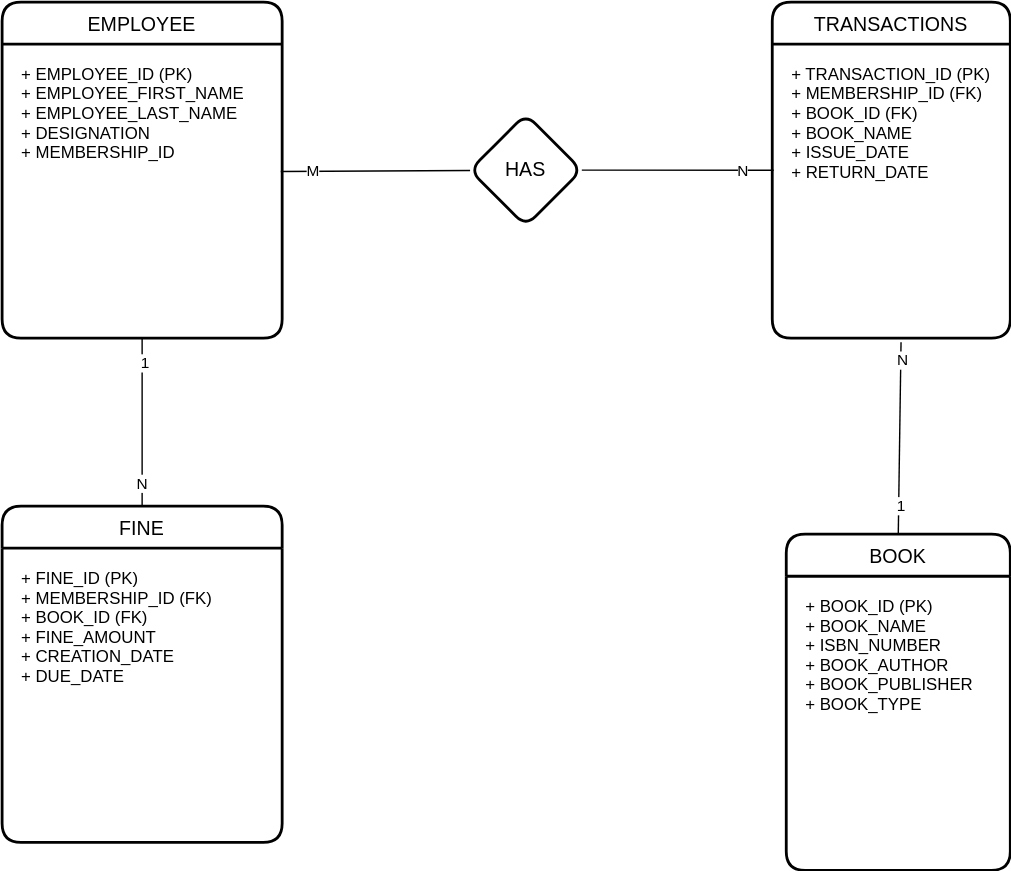
Above: diagrams/Database Design.drawio.svg in basit-budroo/library-management-system (draw.io), before the change. Source tidied: cells renumbered, new cells last; positions are measured from the earlier drawing's top-left corner, leaving out a move shared by most shapes.
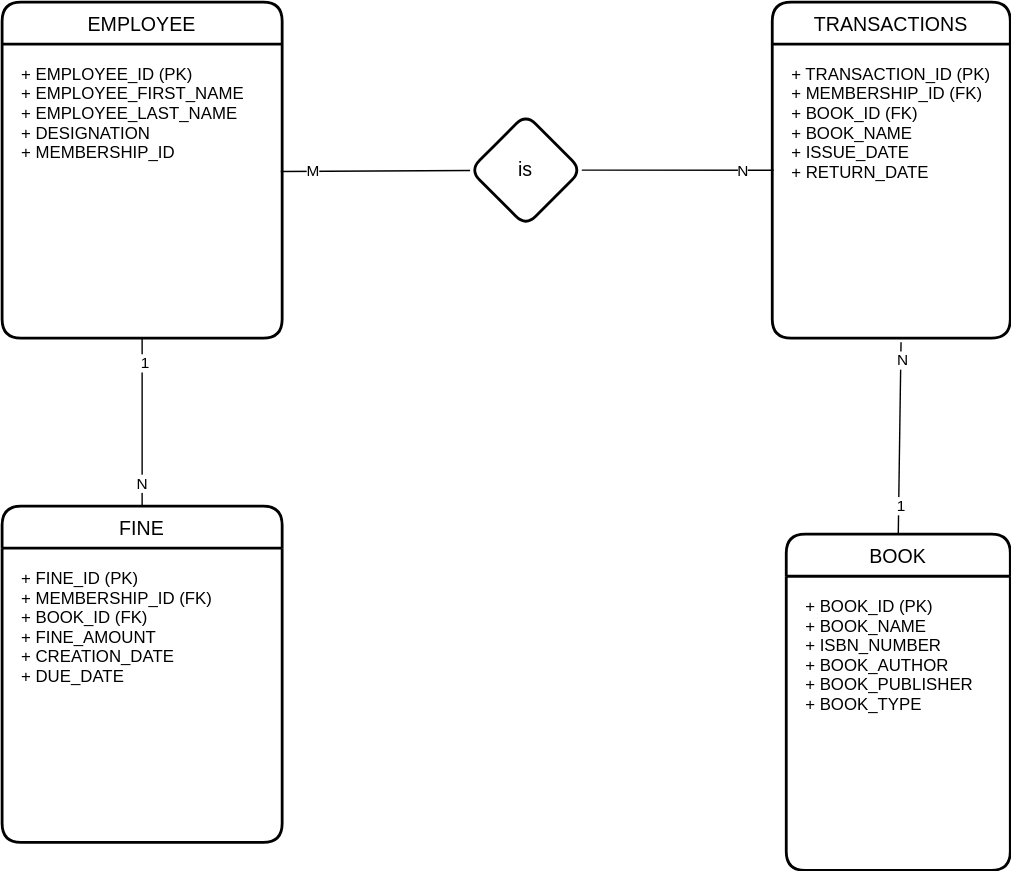
After the commit.

Change to the diagram source:
```diff
@@ -14,7 +14,7 @@
     <mxCell id="5" value="+ TRANSACTION_ID (PK)&#10;+ MEMBERSHIP_ID (FK)&#10;+ BOOK_ID (FK)&#10;+ BOOK_NAME&#10;+ ISSUE_DATE&#10;+ RETURN_DATE" style="align=left;strokeColor=none;fillColor=none;spacingLeft=4;fontSize=12;verticalAlign=top;spacingTop=0;sketch=1;spacing=10;" parent="4" vertex="1">
       <mxGeometry y="30" width="170" height="210" as="geometry" />
     </mxCell>
-    <mxCell id="6" value="HAS" style="rhombus;whiteSpace=wrap;html=1;fontSize=14;fontStyle=0;startSize=30;rounded=1;strokeWidth=2;shadow=0;dashed=0;" parent="1" vertex="1">
+    <mxCell id="6" value="is&lt;br&gt;" style="rhombus;whiteSpace=wrap;html=1;fontSize=14;fontStyle=0;startSize=30;rounded=1;strokeWidth=2;shadow=0;dashed=0;" parent="1" vertex="1">
       <mxGeometry x="334" y="80" width="80" height="80" as="geometry" />
     </mxCell>
     <mxCell id="7" style="endArrow=none;html=1;rounded=0;exitX=0.995;exitY=0.433;exitDx=0;exitDy=0;exitPerimeter=0;" parent="1" edge="1" source="3" target="6">
```
